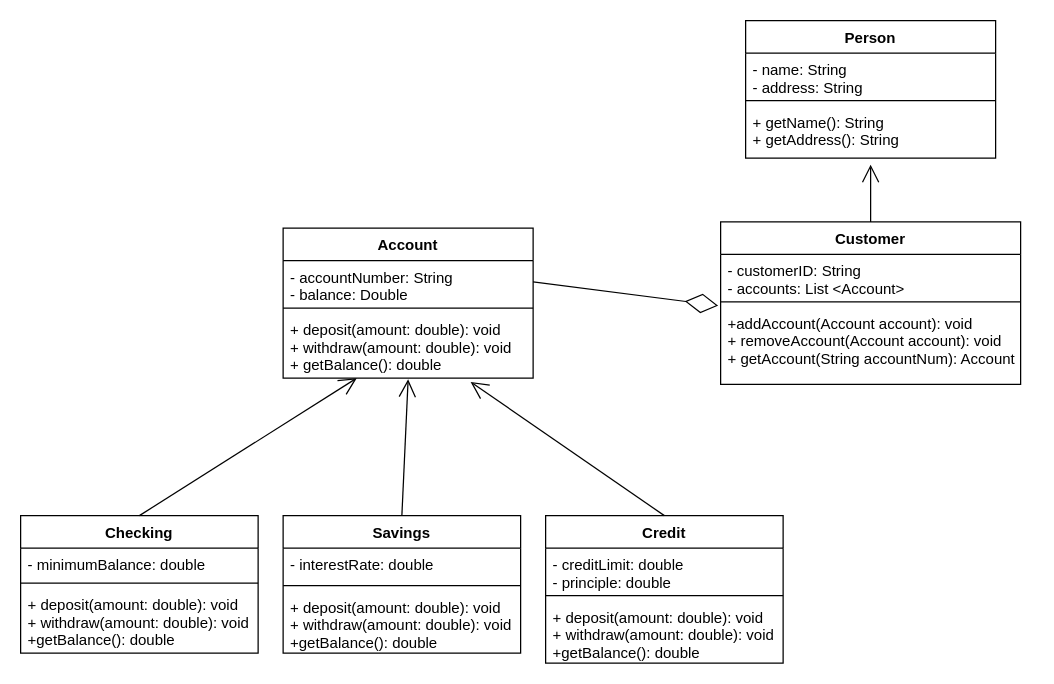
Above: UML Diagrams/UML Class Diagram.drawio in V00D00M/El-Paso-Miners-Bank (draw.io), before the change. Source tidied: cells renumbered, new cells numbered last; positions are measured from the earlier drawing's top-left corner, leaving out a move shared by most shapes. Both pictures are drawn from the tidied source at 125%, with x=0, y=0 at pixel (20, 20).
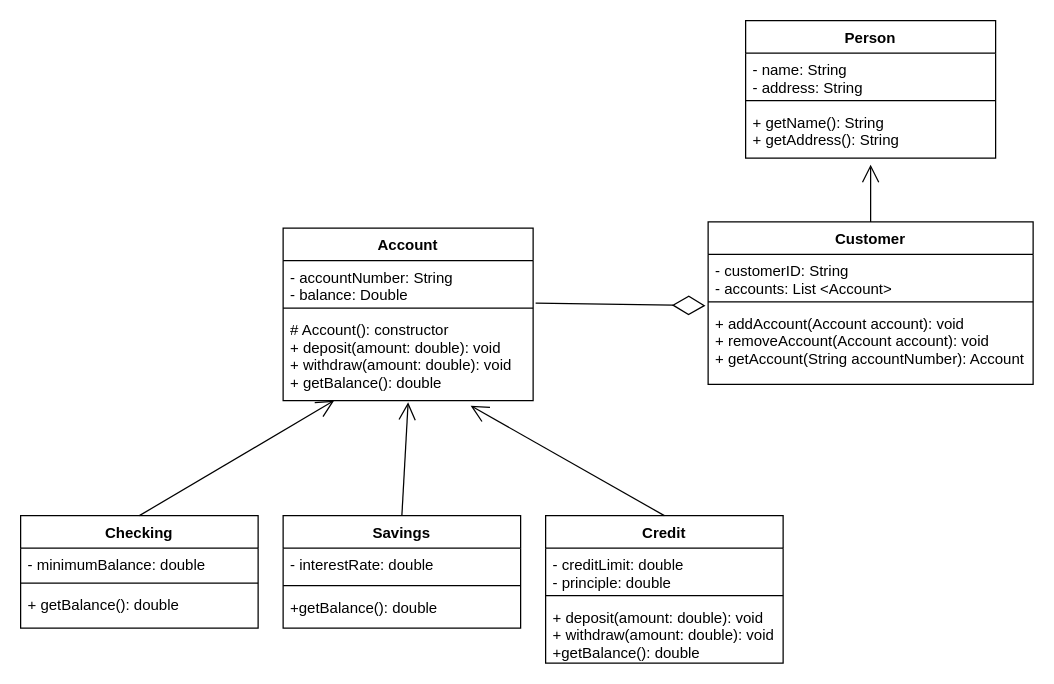
Above is the later version.

Commit message (it also covers changes not shown here):
Added Checking.java and updated Class Diagram

The change refers to these unchanged cells:
```xml
<mxCell id="3" value="- accountNumber: String&#10;- balance: Double" style="text;strokeColor=none;fillColor=none;align=left;verticalAlign=top;spacingLeft=4;spacingRight=4;overflow=hidden;points=[[0,0.5],[1,0.5]];portConstraint=eastwest;" parent="2" vertex="1">
  <mxGeometry y="26" width="200" height="34" as="geometry" />
</mxCell>
```

Change to the diagram source:
```diff
@@
     <mxCell id="2" value="Account" style="swimlane;fontStyle=1;align=center;verticalAlign=top;horizontal=1;startSize=26;" parent="1" vertex="1">
-      <mxGeometry x="210" y="166" width="200" height="120" as="geometry" />
+      <mxGeometry x="210" y="166" width="200" height="138" as="geometry" />
     </mxCell>
@@
-    <mxCell id="5" value="+ deposit(amount: double): void&#10;+ withdraw(amount: double): void&#10;+ getBalance(): double" style="text;strokeColor=none;fillColor=none;align=left;verticalAlign=top;spacingLeft=4;spacingRight=4;overflow=hidden;points=[[0,0.5],[1,0.5]];portConstraint=eastwest;" parent="2" vertex="1">
-      <mxGeometry y="68" width="200" height="52" as="geometry" />
+    <mxCell id="5" value="# Account(): constructor&#10;+ deposit(amount: double): void&#10;+ withdraw(amount: double): void&#10;+ getBalance(): double" style="text;strokeColor=none;fillColor=none;align=left;verticalAlign=top;spacingLeft=4;spacingRight=4;overflow=hidden;points=[[0,0.5],[1,0.5]];portConstraint=eastwest;" parent="2" vertex="1">
+      <mxGeometry y="68" width="200" height="70" as="geometry" />
     </mxCell>
     <mxCell id="6" value="Checking" style="swimlane;fontStyle=1;align=center;verticalAlign=top;horizontal=1;startSize=26;" parent="1" vertex="1">
-      <mxGeometry y="396" width="190" height="110" as="geometry" />
+      <mxGeometry y="396" width="190" height="90" as="geometry" />
     </mxCell>
@@
-    <mxCell id="9" value="+ deposit(amount: double): void&#10;+ withdraw(amount: double): void&#10;+getBalance(): double" style="text;strokeColor=none;fillColor=none;align=left;verticalAlign=top;spacingLeft=4;spacingRight=4;overflow=hidden;" parent="6" vertex="1">
-      <mxGeometry y="58" width="190" height="52" as="geometry" />
+    <mxCell id="9" value="+ getBalance(): double" style="text;strokeColor=none;fillColor=none;align=left;verticalAlign=top;spacingLeft=4;spacingRight=4;overflow=hidden;" parent="6" vertex="1">
+      <mxGeometry y="58" width="190" height="32" as="geometry" />
     </mxCell>
     <mxCell id="10" value="Savings" style="swimlane;fontStyle=1;align=center;verticalAlign=top;horizontal=1;startSize=26;" parent="1" vertex="1">
-      <mxGeometry x="210" y="396" width="190" height="110" as="geometry" />
+      <mxGeometry x="210" y="396" width="190" height="90" as="geometry" />
     </mxCell>
@@
-    <mxCell id="13" value="+ deposit(amount: double): void&#10;+ withdraw(amount: double): void&#10;+getBalance(): double" style="text;strokeColor=none;fillColor=none;align=left;verticalAlign=top;spacingLeft=4;spacingRight=4;overflow=hidden;" parent="10" vertex="1">
-      <mxGeometry y="60" width="190" height="50" as="geometry" />
+    <mxCell id="13" value="+getBalance(): double" style="text;strokeColor=none;fillColor=none;align=left;verticalAlign=top;spacingLeft=4;spacingRight=4;overflow=hidden;" parent="10" vertex="1">
+      <mxGeometry y="60" width="190" height="30" as="geometry" />
     </mxCell>
@@
-    <mxCell id="27" style="endArrow=diamondThin;endFill=0;endSize=24;html=1;exitX=1;exitY=0.5;exitDx=0;exitDy=0;entryX=-0.008;entryY=-0.016;entryDx=0;entryDy=0;entryPerimeter=0;" parent="1" edge="1" source="3" target="31">
+    <mxCell id="27" style="endArrow=diamondThin;endFill=0;endSize=24;html=1;exitX=1.01;exitY=1;exitDx=0;exitDy=0;entryX=-0.008;entryY=-0.016;entryDx=0;entryDy=0;entryPerimeter=0;exitPerimeter=0;" parent="1" edge="1" source="3" target="31">
       <mxGeometry relative="1" as="geometry" />
     </mxCell>
     <mxCell id="28" value="Customer" style="swimlane;fontStyle=1;align=center;verticalAlign=top;horizontal=1;startSize=26;" parent="1" vertex="1">
-      <mxGeometry x="560" y="161" width="240" height="130" as="geometry" />
+      <mxGeometry x="550" y="161" width="260" height="130" as="geometry" />
     </mxCell>
     <mxCell id="29" value="- customerID: String&#10;- accounts: List &lt;Account&gt;" style="text;strokeColor=none;fillColor=none;align=left;verticalAlign=top;spacingLeft=4;spacingRight=4;overflow=hidden;" parent="28" vertex="1">
-      <mxGeometry y="26" width="240" height="34" as="geometry" />
+      <mxGeometry y="26" width="260" height="34" as="geometry" />
     </mxCell>
     <mxCell id="30" style="line;strokeWidth=1;fillColor=none;align=left;verticalAlign=middle;spacingTop=-1;spacingLeft=3;spacingRight=3;labelPosition=right;strokeColor=inherit;" parent="28" vertex="1">
-      <mxGeometry y="60" width="240" height="8" as="geometry" />
+      <mxGeometry y="60" width="260" height="8" as="geometry" />
     </mxCell>
-    <mxCell id="31" value="+addAccount(Account account): void&#10;+ removeAccount(Account account): void&#10;+ getAccount(String accountNum): Account" style="text;strokeColor=none;fillColor=none;align=left;verticalAlign=top;spacingLeft=4;spacingRight=4;overflow=hidden;points=[[0,0.5],[1,0.5]];portConstraint=eastwest;" parent="28" vertex="1">
-      <mxGeometry y="68" width="240" height="62" as="geometry" />
+    <mxCell id="31" value="+ addAccount(Account account): void&#10;+ removeAccount(Account account): void&#10;+ getAccount(String accountNumber): Account" style="text;strokeColor=none;fillColor=none;align=left;verticalAlign=top;spacingLeft=4;spacingRight=4;overflow=hidden;points=[[0,0.5],[1,0.5]];portConstraint=eastwest;" parent="28" vertex="1">
+      <mxGeometry y="68" width="260" height="62" as="geometry" />
     </mxCell>
```
